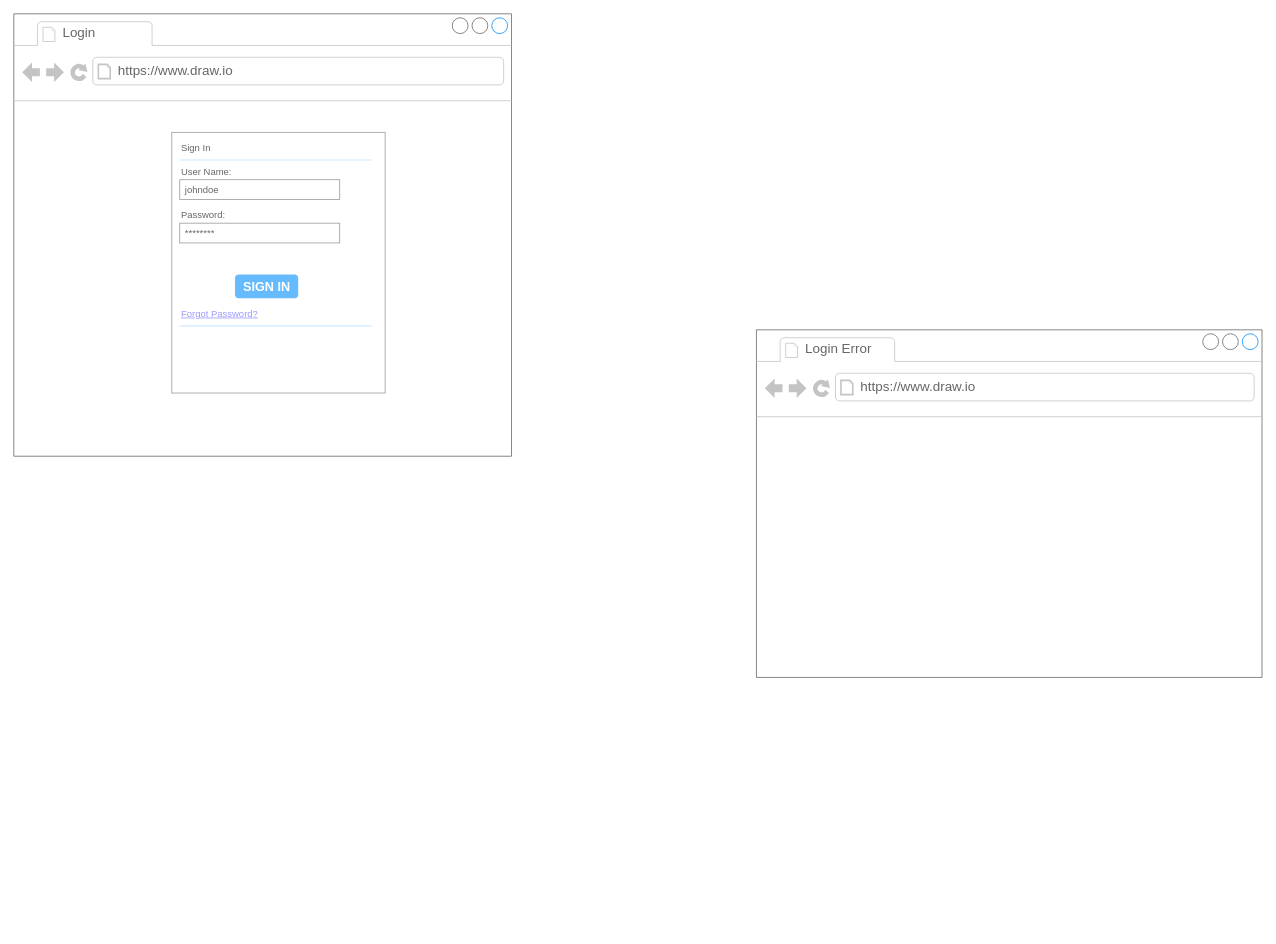
Before: page "Wire frames" (5 of 10) of project-diagrams.drawio in aleon1220/multi-cloud-WebApp-Attendance, a draw.io diagram. Source tidied: cells renumbered, new cells numbered last; positions are measured from the earlier drawing's top-left corner, leaving out a move shared by most shapes. Both pictures are drawn from the tidied source at 79%, with x=0, y=0 at pixel (13, 13).
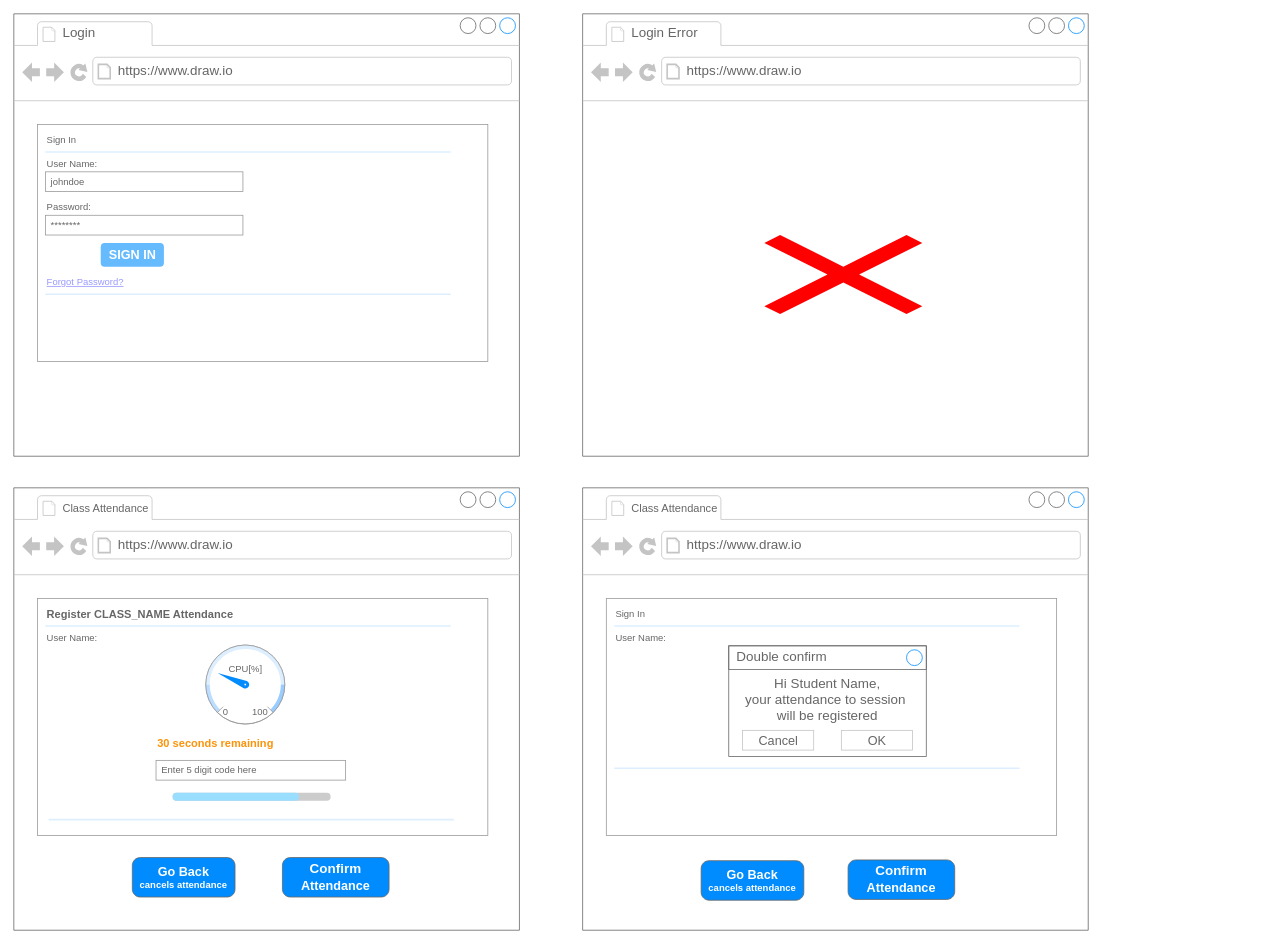
The same diagram, later.

Commit message (it also covers changes not shown here):
student wireframe mock

student registering class attendance

What changed in the source:
```diff
@@
     <mxCell id="2" style="strokeWidth=1;shadow=0;dashed=0;align=center;html=1;shape=mxgraph.mockup.containers.browserWindow;rSize=0;strokeColor=#666666;strokeColor2=#008cff;strokeColor3=#c4c4c4;mainText=,;" parent="1" vertex="1">
-      <mxGeometry width="630" height="560" as="geometry" />
+      <mxGeometry width="640" height="560" as="geometry" />
     </mxCell>
@@
     <mxCell id="5" style="strokeWidth=1;shadow=0;dashed=0;align=center;html=1;shape=mxgraph.mockup.forms.rrect;rSize=0;strokeColor=#999999;fillColor=#ffffff;" parent="2" vertex="1">
-      <mxGeometry x="200" y="150" width="270" height="330" as="geometry" />
+      <mxGeometry x="30" y="140" width="570" height="300" as="geometry" />
     </mxCell>
     <mxCell id="6" value="Sign In" style="strokeWidth=1;shadow=0;dashed=0;align=center;html=1;shape=mxgraph.mockup.forms.anchor;fontSize=12;fontColor=#666666;align=left;spacingLeft=0;" parent="5" vertex="1">
-      <mxGeometry width="135" height="20" relative="1" as="geometry">
+      <mxGeometry width="285" height="20" relative="1" as="geometry">
         <mxPoint x="10" y="10" as="offset" />
       </mxGeometry>
     </mxCell>
     <mxCell id="7" style="shape=line;strokeColor=#ddeeff;strokeWidth=2;html=1;" parent="5" vertex="1">
-      <mxGeometry width="243" height="10" relative="1" as="geometry">
+      <mxGeometry width="513" height="10" relative="1" as="geometry">
         <mxPoint x="10" y="30" as="offset" />
       </mxGeometry>
     </mxCell>
     <mxCell id="8" value="User Name:" style="strokeWidth=1;shadow=0;dashed=0;align=center;html=1;shape=mxgraph.mockup.forms.anchor;fontSize=12;fontColor=#666666;align=left;spacingLeft=0;" parent="5" vertex="1">
-      <mxGeometry width="135" height="20" relative="1" as="geometry">
+      <mxGeometry width="285" height="20" relative="1" as="geometry">
         <mxPoint x="10" y="40" as="offset" />
       </mxGeometry>
     </mxCell>
     <mxCell id="9" value="johndoe" style="strokeWidth=1;shadow=0;dashed=0;align=center;html=1;shape=mxgraph.mockup.forms.rrect;rSize=0;strokeColor=#999999;fontColor=#666666;align=left;spacingLeft=5;" parent="5" vertex="1">
-      <mxGeometry width="202.5" height="25" relative="1" as="geometry">
+      <mxGeometry width="250" height="25" relative="1" as="geometry">
         <mxPoint x="10" y="60" as="offset" />
       </mxGeometry>
     </mxCell>
     <mxCell id="10" value="Password:" style="strokeWidth=1;shadow=0;dashed=0;align=center;html=1;shape=mxgraph.mockup.forms.anchor;fontSize=12;fontColor=#666666;align=left;spacingLeft=0;" parent="5" vertex="1">
-      <mxGeometry width="135" height="20" relative="1" as="geometry">
+      <mxGeometry width="285" height="20" relative="1" as="geometry">
         <mxPoint x="10" y="95" as="offset" />
       </mxGeometry>
     </mxCell>
     <mxCell id="11" value="********" style="strokeWidth=1;shadow=0;dashed=0;align=center;html=1;shape=mxgraph.mockup.forms.rrect;rSize=0;strokeColor=#999999;fontColor=#666666;align=left;spacingLeft=5;" parent="5" vertex="1">
-      <mxGeometry width="202.5" height="25" relative="1" as="geometry">
+      <mxGeometry width="250" height="25" relative="1" as="geometry">
         <mxPoint x="10" y="115" as="offset" />
       </mxGeometry>
     </mxCell>
@@
     <mxCell id="13" value="Forgot Password?" style="strokeWidth=1;shadow=0;dashed=0;align=center;html=1;shape=mxgraph.mockup.forms.anchor;fontSize=12;fontColor=#9999ff;align=left;spacingLeft=0;fontStyle=4;" parent="5" vertex="1">
-      <mxGeometry y="1" width="202.5" height="20" relative="1" as="geometry">
+      <mxGeometry y="1" width="427.5" height="20" relative="1" as="geometry">
         <mxPoint x="10" y="-110" as="offset" />
       </mxGeometry>
     </mxCell>
     <mxCell id="14" style="shape=line;strokeColor=#ddeeff;strokeWidth=2;html=1;" parent="5" vertex="1">
-      <mxGeometry y="1" width="243" height="10" relative="1" as="geometry">
+      <mxGeometry y="1" width="513" height="10" relative="1" as="geometry">
         <mxPoint x="10" y="-90" as="offset" />
       </mxGeometry>
     </mxCell>
     <mxCell id="15" style="strokeWidth=1;shadow=0;dashed=0;align=center;html=1;shape=mxgraph.mockup.containers.browserWindow;rSize=0;strokeColor=#666666;strokeColor2=#008cff;strokeColor3=#c4c4c4;mainText=,;" parent="1" vertex="1">
-      <mxGeometry x="940" y="400" width="640" height="440" as="geometry" />
+      <mxGeometry x="720" width="640" height="560" as="geometry" />
     </mxCell>
@@
+    <mxCell id="18" style="shape=mxgraph.mockup.markup.redX;fillColor=#ff0000;html=1;shadow=0;whiteSpace=wrap;strokeColor=none;" parent="15" vertex="1">
+      <mxGeometry x="230" y="280" width="200" height="100" as="geometry" />
+    </mxCell>
+    <mxCell id="19" style="strokeWidth=1;shadow=0;dashed=0;align=center;html=1;shape=mxgraph.mockup.containers.browserWindow;rSize=0;strokeColor=#666666;strokeColor2=#008cff;strokeColor3=#c4c4c4;mainText=,;" parent="1" vertex="1">
+      <mxGeometry y="600" width="640" height="560" as="geometry" />
+    </mxCell>
+    <mxCell id="20" value="Class Attendance" style="strokeWidth=1;shadow=0;dashed=0;align=center;html=1;shape=mxgraph.mockup.containers.anchor;fontSize=14;fontColor=#666666;align=left;whiteSpace=wrap;" parent="19" vertex="1">
+      <mxGeometry x="60" y="12" width="140" height="28" as="geometry" />
+    </mxCell>
+    <mxCell id="21" value="https://www.draw.io" style="strokeWidth=1;shadow=0;dashed=0;align=center;html=1;shape=mxgraph.mockup.containers.anchor;rSize=0;fontSize=17;fontColor=#666666;align=left;" parent="19" vertex="1">
+      <mxGeometry x="130" y="60" width="250" height="26" as="geometry" />
+    </mxCell>
+    <mxCell id="22" style="strokeWidth=1;shadow=0;dashed=0;align=center;html=1;shape=mxgraph.mockup.forms.rrect;rSize=0;strokeColor=#999999;fillColor=#ffffff;" parent="19" vertex="1">
+      <mxGeometry x="30" y="140" width="570" height="300" as="geometry" />
+    </mxCell>
+    <mxCell id="23" value="Register CLASS_NAME Attendance" style="strokeWidth=1;shadow=0;dashed=0;align=center;html=1;shape=mxgraph.mockup.forms.anchor;fontSize=14;fontColor=#666666;align=left;spacingLeft=0;fontStyle=1;" parent="22" vertex="1">
+      <mxGeometry width="285" height="20" relative="1" as="geometry">
+        <mxPoint x="10" y="10" as="offset" />
+      </mxGeometry>
+    </mxCell>
+    <mxCell id="24" style="shape=line;strokeColor=#ddeeff;strokeWidth=2;html=1;" parent="22" vertex="1">
+      <mxGeometry width="513" height="10" relative="1" as="geometry">
+        <mxPoint x="10" y="30" as="offset" />
+      </mxGeometry>
+    </mxCell>
+    <mxCell id="25" value="User Name:" style="strokeWidth=1;shadow=0;dashed=0;align=center;html=1;shape=mxgraph.mockup.forms.anchor;fontSize=12;fontColor=#666666;align=left;spacingLeft=0;" parent="22" vertex="1">
+      <mxGeometry width="285" height="20" relative="1" as="geometry">
+        <mxPoint x="10" y="40" as="offset" />
+      </mxGeometry>
+    </mxCell>
+    <mxCell id="26" style="shape=line;strokeColor=#ddeeff;strokeWidth=2;html=1;" parent="22" vertex="1">
+      <mxGeometry y="1" width="513" height="10" relative="1" as="geometry">
+        <mxPoint x="14" y="-25" as="offset" />
+      </mxGeometry>
+    </mxCell>
+    <mxCell id="27" style="verticalLabelPosition=bottom;shadow=0;dashed=0;align=center;html=1;verticalAlign=top;strokeWidth=1;shape=mxgraph.mockup.misc.progressBar;fillColor=#cccccc;strokeColor=none;fillColor2=#99ddff;barPos=80;" parent="22" vertex="1">
+      <mxGeometry x="171" y="241" width="200" height="20" as="geometry" />
+    </mxCell>
+    <mxCell id="28" style="verticalLabelPosition=bottom;shadow=0;dashed=0;align=center;html=1;verticalAlign=top;strokeWidth=1;shape=mxgraph.mockup.graphics.gauge;fillColor=#ffffff;strokeColor=#999999;gaugePos=25;scaleColors=#bbddff,#ddeeff,#99ccff;gaugeLabels=,,;needleColor=#008cff;" parent="22" vertex="1">
+      <mxGeometry x="213" y="59" width="100" height="100" as="geometry" />
+    </mxCell>
+    <mxCell id="29" value="CPU[%]" style="strokeWidth=1;shadow=0;dashed=0;align=center;html=1;shape=mxgraph.mockup.graphics.anchor;fontColor=#666666;" parent="28" vertex="1">
+      <mxGeometry x="25" y="20" width="50" height="20" as="geometry" />
+    </mxCell>
+    <mxCell id="30" value="0" style="strokeWidth=1;shadow=0;dashed=0;align=center;html=1;shape=mxgraph.mockup.graphics.anchor;align=left;fontColor=#666666;" parent="28" vertex="1">
+      <mxGeometry x="20" y="75" width="50" height="20" as="geometry" />
+    </mxCell>
+    <mxCell id="31" value="100" style="strokeWidth=1;shadow=0;dashed=0;align=center;html=1;shape=mxgraph.mockup.graphics.anchor;align=right;fontColor=#666666;" parent="28" vertex="1">
+      <mxGeometry x="30" y="75" width="50" height="20" as="geometry" />
+    </mxCell>
+    <mxCell id="32" value="&lt;font&gt;30 seconds remaining&lt;/font&gt;" style="strokeWidth=1;shadow=0;dashed=0;align=center;html=1;shape=mxgraph.mockup.forms.anchor;fontSize=14;fontColor=#FC930A;align=left;spacingLeft=0;fontStyle=1;" parent="22" vertex="1">
+      <mxGeometry x="150" y="174" width="253" height="20" as="geometry" />
+    </mxCell>
+    <mxCell id="33" value="Enter 5 digit code here" style="strokeWidth=1;shadow=0;dashed=0;align=center;html=1;shape=mxgraph.mockup.forms.rrect;rSize=0;strokeColor=#999999;fontColor=#666666;align=left;spacingLeft=5;" parent="22" vertex="1">
+      <mxGeometry x="150" y="205" width="240" height="25" as="geometry" />
+    </mxCell>
+    <mxCell id="34" value="Confirm&lt;br style=&quot;border-color: var(--border-color); font-size: 16px;&quot;&gt;&lt;span style=&quot;font-size: 16px;&quot;&gt;Attendance&lt;/span&gt;" style="strokeWidth=1;shadow=0;dashed=0;align=center;html=1;shape=mxgraph.mockup.buttons.button;strokeColor=#666666;fontColor=#ffffff;mainText=;buttonStyle=round;fontSize=17;fontStyle=1;fillColor=#008cff;whiteSpace=wrap;" parent="19" vertex="1">
+      <mxGeometry x="340" y="468" width="135" height="50" as="geometry" />
+    </mxCell>
+    <mxCell id="35" style="strokeWidth=1;shadow=0;dashed=0;align=center;html=1;shape=mxgraph.mockup.buttons.multiButton;fillColor=#008cff;strokeColor=#666666;mainText=;subText=;" parent="19" vertex="1">
+      <mxGeometry x="150" y="468" width="130" height="50" as="geometry" />
+    </mxCell>
+    <mxCell id="36" value="Go Back" style="strokeWidth=1;shadow=0;dashed=0;align=center;html=1;shape=mxgraph.mockup.anchor;fontSize=16;fontColor=#ffffff;fontStyle=1;whiteSpace=wrap;" parent="35" vertex="1">
+      <mxGeometry y="8" width="130" height="20" as="geometry" />
+    </mxCell>
+    <mxCell id="37" value="cancels attendance" style="strokeWidth=1;shadow=0;dashed=0;align=center;html=1;shape=mxgraph.mockup.anchor;fontSize=12;fontColor=#ffffff;fontStyle=1;whiteSpace=wrap;" parent="35" vertex="1">
+      <mxGeometry y="30" width="130" height="10" as="geometry" />
+    </mxCell>
+    <mxCell id="38" style="strokeWidth=1;shadow=0;dashed=0;align=center;html=1;shape=mxgraph.mockup.containers.browserWindow;rSize=0;strokeColor=#666666;strokeColor2=#008cff;strokeColor3=#c4c4c4;mainText=,;" parent="1" vertex="1">
+      <mxGeometry x="720" y="600" width="640" height="560" as="geometry" />
+    </mxCell>
+    <mxCell id="39" value="Class Attendance" style="strokeWidth=1;shadow=0;dashed=0;align=center;html=1;shape=mxgraph.mockup.containers.anchor;fontSize=14;fontColor=#666666;align=left;whiteSpace=wrap;" parent="38" vertex="1">
+      <mxGeometry x="60" y="12" width="140" height="28" as="geometry" />
+    </mxCell>
+    <mxCell id="40" value="https://www.draw.io" style="strokeWidth=1;shadow=0;dashed=0;align=center;html=1;shape=mxgraph.mockup.containers.anchor;rSize=0;fontSize=17;fontColor=#666666;align=left;" parent="38" vertex="1">
+      <mxGeometry x="130" y="60" width="250" height="26" as="geometry" />
+    </mxCell>
+    <mxCell id="41" style="strokeWidth=1;shadow=0;dashed=0;align=center;html=1;shape=mxgraph.mockup.forms.rrect;rSize=0;strokeColor=#999999;fillColor=#ffffff;" parent="38" vertex="1">
+      <mxGeometry x="30" y="140" width="570" height="300" as="geometry" />
+    </mxCell>
+    <mxCell id="42" value="Sign In" style="strokeWidth=1;shadow=0;dashed=0;align=center;html=1;shape=mxgraph.mockup.forms.anchor;fontSize=12;fontColor=#666666;align=left;spacingLeft=0;" parent="41" vertex="1">
+      <mxGeometry width="285" height="20" relative="1" as="geometry">
+        <mxPoint x="10" y="10" as="offset" />
+      </mxGeometry>
+    </mxCell>
+    <mxCell id="43" style="shape=line;strokeColor=#ddeeff;strokeWidth=2;html=1;" parent="41" vertex="1">
+      <mxGeometry width="513" height="10" relative="1" as="geometry">
+        <mxPoint x="10" y="30" as="offset" />
+      </mxGeometry>
+    </mxCell>
+    <mxCell id="44" value="User Name:" style="strokeWidth=1;shadow=0;dashed=0;align=center;html=1;shape=mxgraph.mockup.forms.anchor;fontSize=12;fontColor=#666666;align=left;spacingLeft=0;" parent="41" vertex="1">
+      <mxGeometry width="285" height="20" relative="1" as="geometry">
+        <mxPoint x="10" y="40" as="offset" />
+      </mxGeometry>
+    </mxCell>
+    <mxCell id="45" style="shape=line;strokeColor=#ddeeff;strokeWidth=2;html=1;" parent="41" vertex="1">
+      <mxGeometry y="1" width="513" height="10" relative="1" as="geometry">
+        <mxPoint x="10" y="-90" as="offset" />
+      </mxGeometry>
+    </mxCell>
+    <mxCell id="46" value="Hi Student Name,&lt;br&gt;your attendance to session&amp;nbsp;&lt;br&gt;will be registered" style="strokeWidth=1;shadow=0;dashed=0;align=center;html=1;shape=mxgraph.mockup.containers.rrect;rSize=0;strokeColor=#666666;fontColor=#666666;fontSize=17;verticalAlign=top;whiteSpace=wrap;fillColor=#ffffff;spacingTop=32;" parent="41" vertex="1">
+      <mxGeometry x="155" y="60" width="250" height="140" as="geometry" />
+    </mxCell>
+    <mxCell id="47" value="Double confirm" style="strokeWidth=1;shadow=0;dashed=0;align=center;html=1;shape=mxgraph.mockup.containers.rrect;rSize=0;fontSize=17;fontColor=#666666;strokeColor=#666666;align=left;spacingLeft=8;fillColor=none;whiteSpace=wrap;" parent="46" vertex="1">
+      <mxGeometry width="250" height="30" relative="1" as="geometry" />
+    </mxCell>
+    <mxCell id="48" style="shape=ellipse;strokeColor=#008cff;fillColor=none;html=1;" parent="47" vertex="1">
+      <mxGeometry x="1" y="0.5" width="20" height="20" relative="1" as="geometry">
+        <mxPoint x="-25" y="-10" as="offset" />
+      </mxGeometry>
+    </mxCell>
+    <mxCell id="49" value="Cancel" style="strokeWidth=1;shadow=0;dashed=0;align=center;html=1;shape=mxgraph.mockup.containers.rrect;rSize=0;fontSize=16;fontColor=#666666;strokeColor=#c4c4c4;whiteSpace=wrap;fillColor=none;" parent="46" vertex="1">
+      <mxGeometry x="0.25" y="1" width="90" height="25" relative="1" as="geometry">
+        <mxPoint x="-45" y="-33" as="offset" />
+      </mxGeometry>
+    </mxCell>
+    <mxCell id="50" value="OK" style="strokeWidth=1;shadow=0;dashed=0;align=center;html=1;shape=mxgraph.mockup.containers.rrect;rSize=0;fontSize=16;fontColor=#666666;strokeColor=#c4c4c4;whiteSpace=wrap;fillColor=none;" parent="46" vertex="1">
+      <mxGeometry x="0.75" y="1" width="90" height="25" relative="1" as="geometry">
+        <mxPoint x="-45" y="-33" as="offset" />
+      </mxGeometry>
+    </mxCell>
+    <mxCell id="51" style="strokeWidth=1;shadow=0;dashed=0;align=center;html=1;shape=mxgraph.mockup.buttons.multiButton;fillColor=#008cff;strokeColor=#666666;mainText=;subText=;" parent="38" vertex="1">
+      <mxGeometry x="150" y="472" width="130" height="50" as="geometry" />
+    </mxCell>
+    <mxCell id="52" value="Go Back" style="strokeWidth=1;shadow=0;dashed=0;align=center;html=1;shape=mxgraph.mockup.anchor;fontSize=16;fontColor=#ffffff;fontStyle=1;whiteSpace=wrap;" parent="51" vertex="1">
+      <mxGeometry y="8" width="130" height="20" as="geometry" />
+    </mxCell>
+    <mxCell id="53" value="cancels attendance" style="strokeWidth=1;shadow=0;dashed=0;align=center;html=1;shape=mxgraph.mockup.anchor;fontSize=12;fontColor=#ffffff;fontStyle=1;whiteSpace=wrap;" parent="51" vertex="1">
+      <mxGeometry y="30" width="130" height="10" as="geometry" />
+    </mxCell>
+    <mxCell id="54" value="Confirm&lt;br style=&quot;border-color: var(--border-color); font-size: 16px;&quot;&gt;&lt;span style=&quot;font-size: 16px;&quot;&gt;Attendance&lt;/span&gt;" style="strokeWidth=1;shadow=0;dashed=0;align=center;html=1;shape=mxgraph.mockup.buttons.button;strokeColor=#666666;fontColor=#ffffff;mainText=;buttonStyle=round;fontSize=17;fontStyle=1;fillColor=#008cff;whiteSpace=wrap;" parent="38" vertex="1">
+      <mxGeometry x="336" y="471" width="135" height="50" as="geometry" />
+    </mxCell>
```
